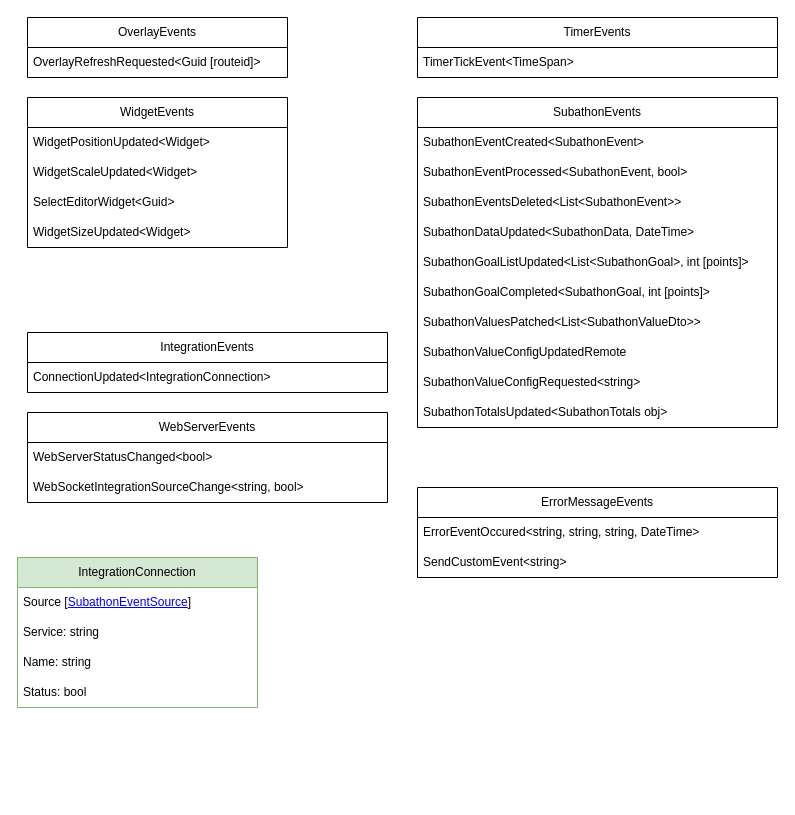
WolfwithSword/SubathonManager-docs keeps this draw.io diagram as page "Events" (5 of 9) of wiki/docs/SubathonManager_Design.drawio. Above is the earlier version. Source tidied: cells renumbered, new cells numbered last; positions are measured from the earlier drawing's top-left corner, leaving out a move shared by most shapes. Both pictures are drawn from the tidied source at 100%, with x=0, y=0 at pixel (17, 17).
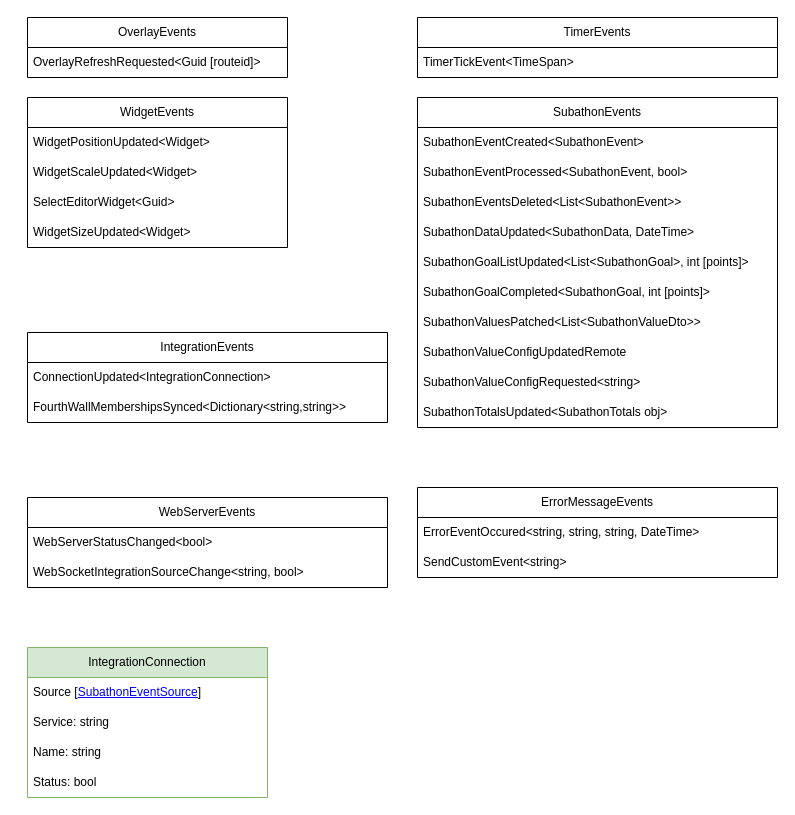
The same page after the edit.

What changed in the source:
```diff
@@
     <mxCell id="4" value="IntegrationEvents" style="swimlane;fontStyle=0;horizontal=1;startSize=30;whiteSpace=wrap;html=1;" parent="1" vertex="1">
-      <mxGeometry x="10" y="315" width="360" height="60" as="geometry" />
+      <mxGeometry x="10" y="315" width="360" height="90" as="geometry" />
     </mxCell>
@@
+    <mxCell id="35" value="FourthWallMembershipsSynced&amp;lt;Dictionary&amp;lt;string,string&amp;gt;&amp;gt;" style="text;strokeColor=none;fillColor=none;align=left;verticalAlign=middle;spacingLeft=4;spacingRight=4;overflow=hidden;whiteSpace=wrap;html=1;" parent="4" vertex="1">
+      <mxGeometry y="60" width="360" height="30" as="geometry" />
+    </mxCell>
@@
     <mxCell id="24" value="WebServerEvents" style="swimlane;fontStyle=0;horizontal=1;startSize=30;whiteSpace=wrap;html=1;" parent="1" vertex="1">
-      <mxGeometry x="10" y="395" width="360" height="90" as="geometry" />
+      <mxGeometry x="10" y="480" width="360" height="90" as="geometry" />
     </mxCell>
@@
     <mxCell id="30" value="IntegrationConnection" style="swimlane;fontStyle=0;horizontal=1;startSize=30;whiteSpace=wrap;html=1;fillColor=#d5e8d4;strokeColor=#82b366;" parent="1" vertex="1">
-      <mxGeometry y="540" width="240" height="150" as="geometry" />
+      <mxGeometry x="10" y="630" width="240" height="150" as="geometry" />
     </mxCell>
```
